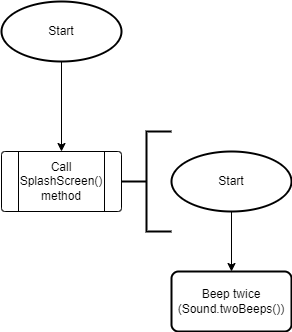
The draw.io diagram Final submission/ControlFlow.png in XLmT09/Bunny-Robot, before a commit. Source tidied: cells renumbered, new cells last; positions are measured from the earlier drawing's top-left corner, leaving out a move shared by most shapes.
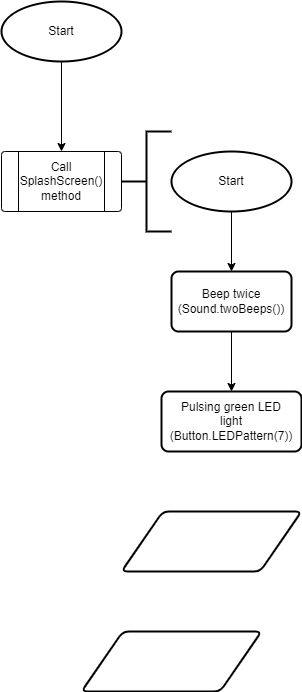
The same file after the commit.

Change to the diagram source:
```diff
@@ -44,5 +44,23 @@
     <mxCell id="15" style="edgeStyle=orthogonalEdgeStyle;rounded=0;jettySize=auto;html=1;exitX=0.5;exitY=1;exitDx=0;exitDy=0;exitPerimeter=0;entryX=0.5;entryY=0;entryDx=0;entryDy=0;" parent="1" edge="1" source="10" target="13">
       <mxGeometry relative="1" as="geometry" />
     </mxCell>
+    <mxCell id="16" style="group;" parent="1" vertex="1">
+      <mxGeometry x="160" y="390" width="140" height="60" as="geometry" />
+    </mxCell>
+    <mxCell id="17" style="rounded=1;whiteSpace=wrap;html=1;absoluteArcSize=1;arcSize=14;strokeWidth=2;" parent="16" vertex="1">
+      <mxGeometry width="140" height="60" as="geometry" />
+    </mxCell>
+    <mxCell id="18" value="Pulsing green LED light (Button.LEDPattern(7))" style="text;html=1;strokeColor=none;fillColor=none;align=center;verticalAlign=middle;whiteSpace=wrap;rounded=0;" parent="16" vertex="1">
+      <mxGeometry x="35" y="15" width="70" height="30" as="geometry" />
+    </mxCell>
+    <mxCell id="19" style="edgeStyle=orthogonalEdgeStyle;rounded=0;jettySize=auto;html=1;exitX=0.5;exitY=1;exitDx=0;exitDy=0;entryX=0.5;entryY=0;entryDx=0;entryDy=0;" parent="1" edge="1" source="13" target="17">
+      <mxGeometry relative="1" as="geometry" />
+    </mxCell>
+    <mxCell id="20" style="shape=parallelogram;html=1;strokeWidth=2;perimeter=parallelogramPerimeter;whiteSpace=wrap;rounded=1;arcSize=12;size=0.23;" parent="1" vertex="1">
+      <mxGeometry x="120" y="510" width="180" height="60" as="geometry" />
+    </mxCell>
+    <mxCell id="21" style="shape=parallelogram;html=1;strokeWidth=2;perimeter=parallelogramPerimeter;whiteSpace=wrap;rounded=1;arcSize=12;size=0.23;" parent="1" vertex="1">
+      <mxGeometry x="80" y="630" width="180" height="60" as="geometry" />
+    </mxCell>
   </root>
 </mxGraphModel>
```
